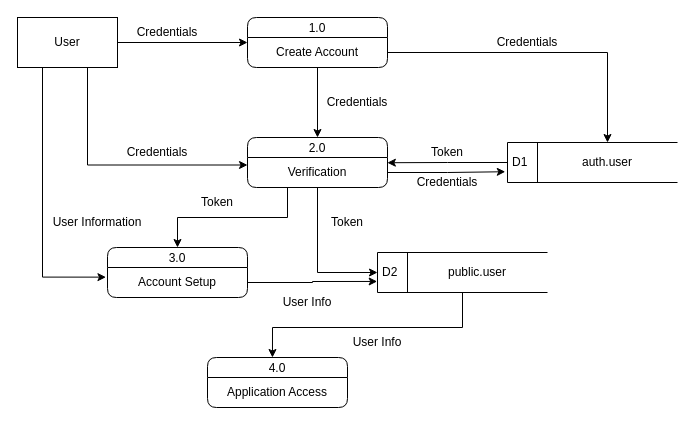
Before: Atletik-DFD.drawio in ElliotJcbH/AtletikFlowcharts, a draw.io diagram. Source tidied: cells renumbered, new cells numbered last; positions are measured from the earlier drawing's top-left corner, leaving out a move shared by most shapes. Both pictures are drawn from the tidied source at 100%, with x=0, y=0 at pixel (17, 17).
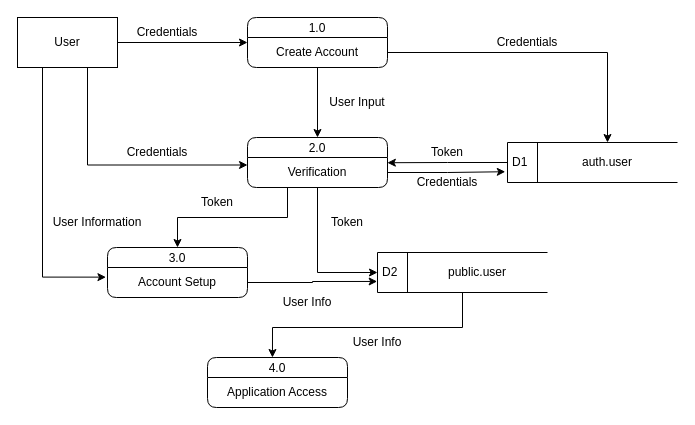
The same diagram, later.

The edit, as a diff of the source:
```diff
@@
-    <mxCell id="25" value="Credentials" style="text;html=1;align=center;verticalAlign=middle;whiteSpace=wrap;rounded=0;" parent="1" vertex="1">
+    <mxCell id="25" value="User Input" style="text;html=1;align=center;verticalAlign=middle;whiteSpace=wrap;rounded=0;" parent="1" vertex="1">
       <mxGeometry x="310" y="70" width="60" height="30" as="geometry" />
     </mxCell>
```
